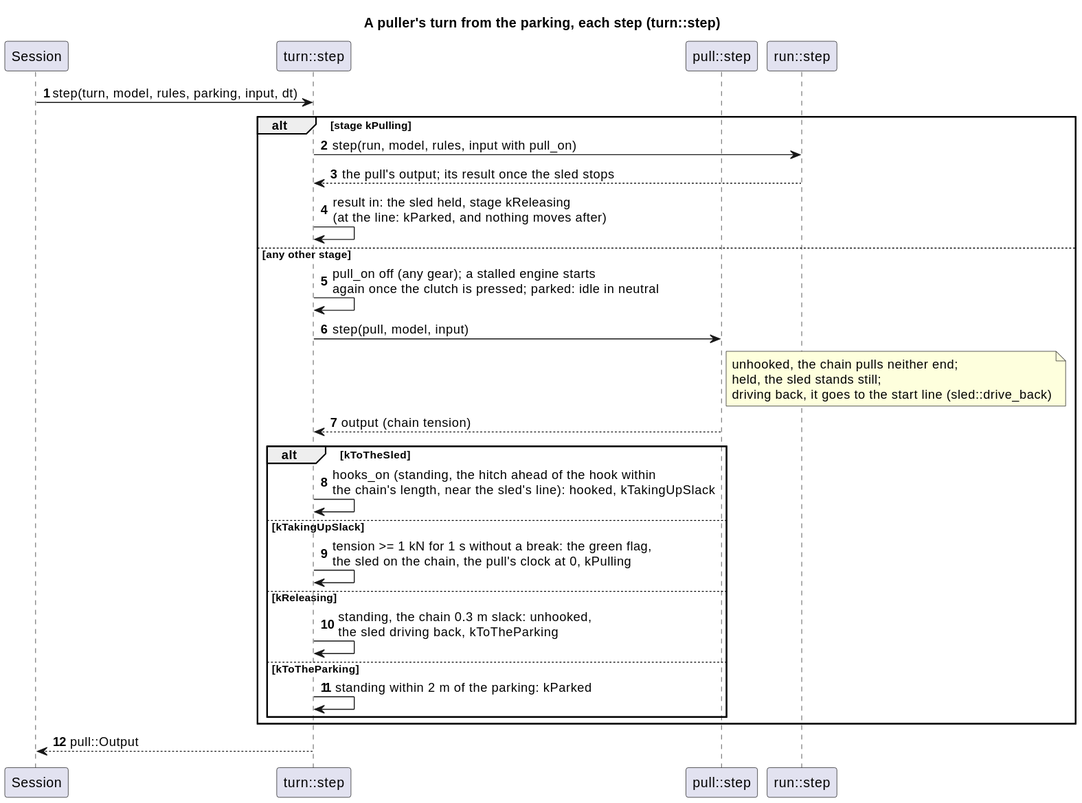
The PlantUML diagram docs/diagrams/svg/turn_sequence.svg in wversteeg/TractorPulling, before a commit.
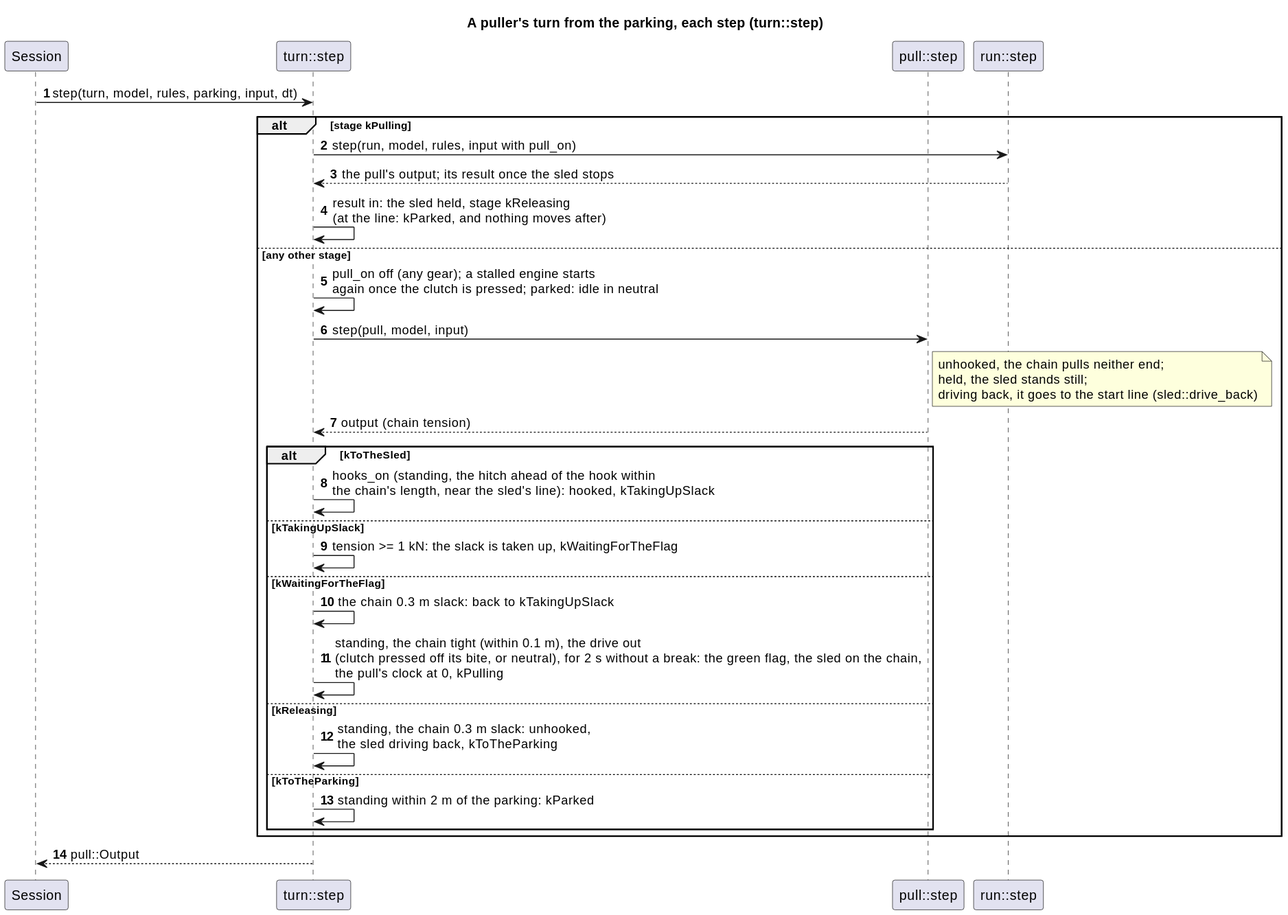
Later version of the same file.

What changed in the source:
```diff
@@ -23,7 +23,10 @@
   alt kToTheSled
     Turn -> Turn : hooks_on (standing, the hitch ahead of the hook within\nthe chain's length, near the sled's line): hooked, kTakingUpSlack
   else kTakingUpSlack
-    Turn -> Turn : tension >= 1 kN for 1 s without a break: the green flag,\nthe sled on the chain, the pull's clock at 0, kPulling
+    Turn -> Turn : tension >= 1 kN: the slack is taken up, kWaitingForTheFlag
+  else kWaitingForTheFlag
+    Turn -> Turn : the chain 0.3 m slack: back to kTakingUpSlack
+    Turn -> Turn : standing, the chain tight (within 0.1 m), the drive out\n(clutch pressed off its bite, or neutral), for 2 s without a break: the green flag, the sled on the chain,\nthe pull's clock at 0, kPulling
   else kReleasing
     Turn -> Turn : standing, the chain 0.3 m slack: unhooked,\nthe sled driving back, kToTheParking
   else kToTheParking
```
